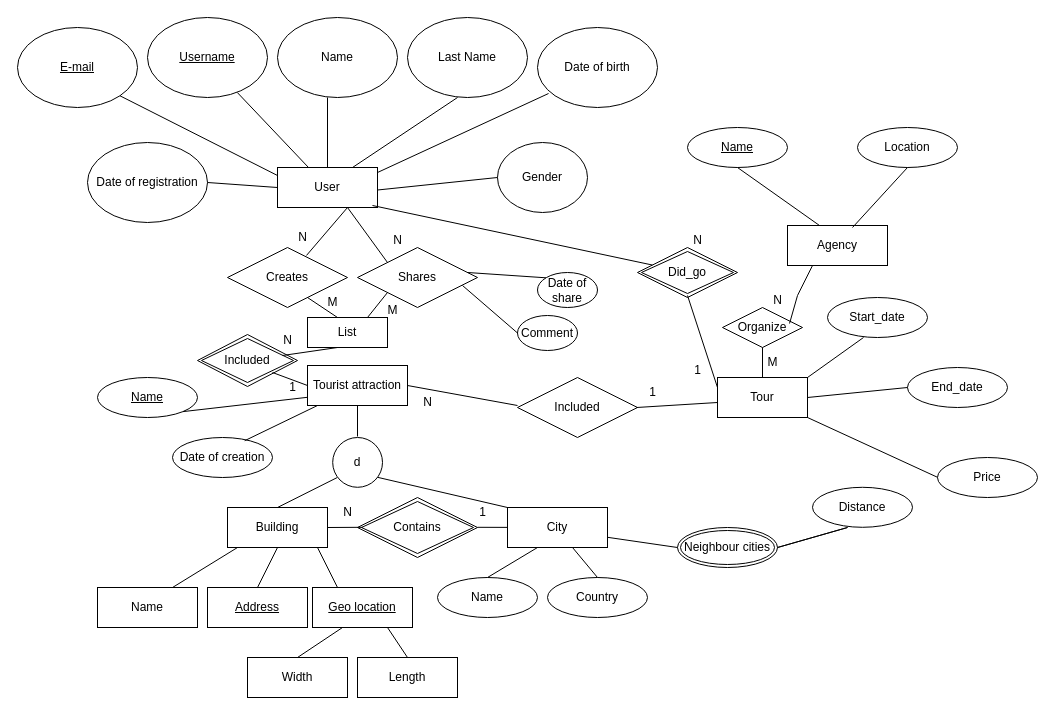
MartinHristov77/BnP keeps this draw.io diagram as Lab1 Diagram.drawio. Above is the earlier version. Source tidied: cells renumbered, new cells numbered last; positions are measured from the earlier drawing's top-left corner, leaving out a move shared by most shapes. Both pictures are drawn from the tidied source at 100%, with x=0, y=0 at pixel (17, 17).
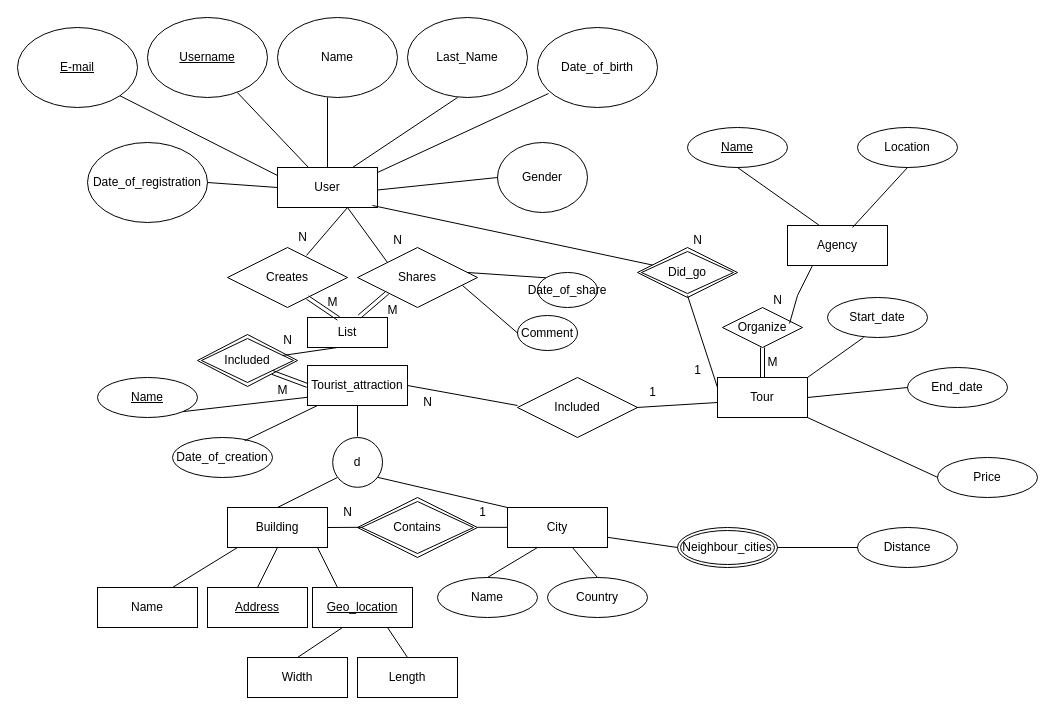
After the change.

The change refers to these unchanged cells:
```xml
<mxCell id="42" value="Tour" style="whiteSpace=wrap;html=1;align=center;" parent="1" vertex="1">
  <mxGeometry x="700" y="360" width="90" height="40" as="geometry" />
</mxCell>
<mxCell id="54" value="List" style="whiteSpace=wrap;html=1;" parent="1" vertex="1">
  <mxGeometry x="290" y="300" width="80" height="30" as="geometry" />
</mxCell>
```

The edit, as a diff of the source:
```diff
@@
-    <mxCell id="5" value="Last Name" style="ellipse;whiteSpace=wrap;html=1;" parent="1" vertex="1">
+    <mxCell id="5" value="Last_Name" style="ellipse;whiteSpace=wrap;html=1;" parent="1" vertex="1">
       <mxGeometry x="390" width="120" height="80" as="geometry" />
     </mxCell>
@@
-    <mxCell id="8" value="Date of birth" style="ellipse;whiteSpace=wrap;html=1;" parent="1" vertex="1">
+    <mxCell id="8" value="Date_of_birth" style="ellipse;whiteSpace=wrap;html=1;" parent="1" vertex="1">
       <mxGeometry x="520" y="10" width="120" height="80" as="geometry" />
     </mxCell>
-    <mxCell id="9" value="Date of registration" style="ellipse;whiteSpace=wrap;html=1;" parent="1" vertex="1">
+    <mxCell id="9" value="Date_of_registration" style="ellipse;whiteSpace=wrap;html=1;" parent="1" vertex="1">
       <mxGeometry x="70" y="125" width="120" height="80" as="geometry" />
     </mxCell>
@@
-    <mxCell id="11" value="Tourist attraction" style="whiteSpace=wrap;html=1;align=center;" parent="1" vertex="1">
+    <mxCell id="11" value="Tourist_attraction" style="whiteSpace=wrap;html=1;align=center;" parent="1" vertex="1">
       <mxGeometry x="290" y="348" width="100" height="40" as="geometry" />
     </mxCell>
@@
-    <mxCell id="19" value="Date of share" style="ellipse;whiteSpace=wrap;html=1;align=center;" parent="1" vertex="1">
+    <mxCell id="19" value="Date_of_share" style="ellipse;whiteSpace=wrap;html=1;align=center;" parent="1" vertex="1">
       <mxGeometry x="520" y="255" width="60" height="35" as="geometry" />
     </mxCell>
@@
-    <mxCell id="22" value="Date of creation" style="ellipse;whiteSpace=wrap;html=1;align=center;" parent="1" vertex="1">
+    <mxCell id="22" value="Date_of_creation" style="ellipse;whiteSpace=wrap;html=1;align=center;" parent="1" vertex="1">
       <mxGeometry x="155" y="420" width="100" height="40" as="geometry" />
     </mxCell>
@@
-    <mxCell id="28" value="&lt;u&gt;Geo location&lt;/u&gt;" style="whiteSpace=wrap;html=1;align=center;" parent="1" vertex="1">
+    <mxCell id="28" value="&lt;u&gt;Geo_location&lt;/u&gt;" style="whiteSpace=wrap;html=1;align=center;" parent="1" vertex="1">
       <mxGeometry x="295" y="570" width="100" height="40" as="geometry" />
     </mxCell>
@@
-    <mxCell id="34" value="Neighbour cities" style="ellipse;shape=doubleEllipse;margin=3;whiteSpace=wrap;html=1;align=center;" parent="1" vertex="1">
+    <mxCell id="34" value="Neighbour_cities" style="ellipse;shape=doubleEllipse;margin=3;whiteSpace=wrap;html=1;align=center;" parent="1" vertex="1">
       <mxGeometry x="660" y="510" width="100" height="40" as="geometry" />
     </mxCell>
     <mxCell id="35" value="Distance" style="ellipse;whiteSpace=wrap;html=1;align=center;" parent="1" vertex="1">
-      <mxGeometry x="795" y="469.8" width="100" height="40" as="geometry" />
+      <mxGeometry x="840" y="510" width="100" height="40" as="geometry" />
     </mxCell>
@@
-    <mxCell id="69" style="endArrow=none;html=1;rounded=0;exitX=0.75;exitY=0;exitDx=0;exitDy=0;" parent="1" edge="1" source="54">
+    <mxCell id="69" style="endArrow=none;html=1;rounded=0;exitX=0.65;exitY=-0.033;exitDx=0;exitDy=0;shape=link;exitPerimeter=0;" parent="1" edge="1" source="54">
       <mxGeometry relative="1" as="geometry">
         <mxPoint x="370" y="275" as="targetPoint" />
       </mxGeometry>
     </mxCell>
-    <mxCell id="70" style="endArrow=none;html=1;rounded=0;entryX=0.375;entryY=0;entryDx=0;entryDy=0;entryPerimeter=0;" parent="1" edge="1" target="54">
+    <mxCell id="70" style="endArrow=none;html=1;rounded=0;entryX=0.388;entryY=0.033;entryDx=0;entryDy=0;entryPerimeter=0;shape=link;" parent="1" edge="1" target="54">
       <mxGeometry relative="1" as="geometry">
         <mxPoint x="290" y="280" as="sourcePoint" />
       </mxGeometry>
     </mxCell>
@@
-    <mxCell id="72" style="endArrow=none;html=1;rounded=0;exitX=0;exitY=0.5;exitDx=0;exitDy=0;" parent="1" edge="1" source="11">
+    <mxCell id="72" style="endArrow=none;html=1;rounded=0;exitX=0;exitY=0.5;exitDx=0;exitDy=0;shape=link;" parent="1" edge="1" source="11">
       <mxGeometry relative="1" as="geometry">
         <mxPoint x="255" y="355" as="targetPoint" />
       </mxGeometry>
     </mxCell>
-    <mxCell id="73" value="1" style="text;html=1;align=center;verticalAlign=middle;strokeColor=none;fillColor=none;" parent="1" vertex="1">
-      <mxGeometry x="260" y="355" width="30" height="30" as="geometry" />
+    <mxCell id="73" value="M" style="text;html=1;align=center;verticalAlign=middle;strokeColor=none;fillColor=none;" parent="1" vertex="1">
+      <mxGeometry x="250" y="358" width="30" height="30" as="geometry" />
     </mxCell>
@@
     <mxCell id="88" style="endArrow=none;html=1;rounded=0;" parent="1" edge="1">
       <mxGeometry relative="1" as="geometry">
         <mxPoint x="760" y="530" as="sourcePoint" />
         <mxPoint x="760" y="530" as="targetPoint" />
         <Array as="points">
-          <mxPoint x="830" y="510" />
+          <mxPoint x="840" y="530" />
         </Array>
       </mxGeometry>
     </mxCell>
@@
-    <mxCell id="96" style="endArrow=none;html=1;rounded=0;exitX=0.5;exitY=0;exitDx=0;exitDy=0;" parent="1" edge="1" source="42">
+    <mxCell id="96" style="endArrow=none;html=1;rounded=0;exitX=0.5;exitY=0;exitDx=0;exitDy=0;shape=link;" parent="1" edge="1" source="42">
       <mxGeometry relative="1" as="geometry">
         <mxPoint x="745" y="330" as="targetPoint" />
       </mxGeometry>
     </mxCell>
```
